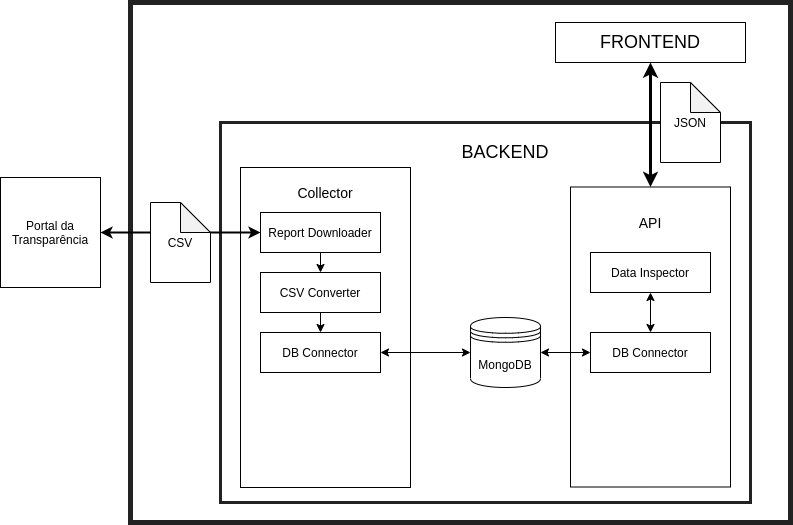
Above: schema.png in carlosplf/br_data_inspector (draw.io), before the change. Source tidied: cells renumbered, new cells last; positions are measured from the earlier drawing's top-left corner, leaving out a move shared by most shapes. The source it was exported from:
```xml
<mxGraphModel>
  <root>
    <mxCell id="0" />
    <mxCell id="1" parent="0" />
    <mxCell id="2" style="rounded=0;whiteSpace=wrap;html=1;fillColor=none;strokeColor=#222222;strokeWidth=5;" parent="1" vertex="1">
      <mxGeometry x="130" width="660" height="520" as="geometry" />
    </mxCell>
    <mxCell id="3" style="rounded=0;whiteSpace=wrap;html=1;fillColor=none;strokeColor=#222222;strokeWidth=3;" parent="1" vertex="1">
      <mxGeometry x="220" y="120" width="530" height="380" as="geometry" />
    </mxCell>
    <mxCell id="4" style="edgeStyle=orthogonalEdgeStyle;rounded=0;jettySize=auto;html=1;exitX=0.5;exitY=0;exitDx=0;exitDy=0;entryX=0.5;entryY=1;entryDx=0;entryDy=0;startArrow=classic;startFill=1;strokeWidth=3;" parent="1" edge="1" source="5" target="33">
      <mxGeometry relative="1" as="geometry" />
    </mxCell>
    <mxCell id="5" style="rounded=0;whiteSpace=wrap;html=1;" parent="1" vertex="1">
      <mxGeometry x="570" y="184.5" width="160" height="300" as="geometry" />
    </mxCell>
    <mxCell id="6" value="&lt;font style=&quot;font-size: 18px&quot;&gt;BACKEND&lt;/font&gt;" style="text;html=1;strokeColor=none;fillColor=none;align=center;verticalAlign=middle;whiteSpace=wrap;rounded=0;" parent="1" vertex="1">
      <mxGeometry x="440" y="140" width="130" height="20" as="geometry" />
    </mxCell>
    <mxCell id="7" style="rounded=0;whiteSpace=wrap;html=1;" parent="1" vertex="1">
      <mxGeometry x="240" y="165" width="170" height="320" as="geometry" />
    </mxCell>
    <mxCell id="8" value="&lt;font style=&quot;font-size: 14px&quot;&gt;Collector&lt;/font&gt;" style="text;html=1;strokeColor=none;fillColor=none;align=center;verticalAlign=middle;whiteSpace=wrap;rounded=0;" parent="1" vertex="1">
      <mxGeometry x="305" y="180" width="40" height="20" as="geometry" />
    </mxCell>
    <mxCell id="9" value="Portal da Transparência" style="rounded=0;whiteSpace=wrap;html=1;" parent="1" vertex="1">
      <mxGeometry y="175" width="100" height="110" as="geometry" />
    </mxCell>
    <mxCell id="10" style="group;" parent="1" vertex="1">
      <mxGeometry x="260" y="210" width="120" height="40" as="geometry" />
    </mxCell>
    <mxCell id="11" style="rounded=0;whiteSpace=wrap;html=1;" parent="10" vertex="1">
      <mxGeometry width="120" height="40" as="geometry" />
    </mxCell>
    <mxCell id="12" value="Report Downloader" style="text;html=1;strokeColor=none;fillColor=none;align=center;verticalAlign=middle;whiteSpace=wrap;rounded=0;" parent="10" vertex="1">
      <mxGeometry y="10" width="120" height="20" as="geometry" />
    </mxCell>
    <mxCell id="13" style="edgeStyle=orthogonalEdgeStyle;rounded=0;jettySize=auto;html=1;exitX=0;exitY=0.5;exitDx=0;exitDy=0;entryX=1;entryY=0.5;entryDx=0;entryDy=0;startArrow=classic;startFill=1;strokeWidth=2;" parent="1" edge="1" source="12" target="9">
      <mxGeometry relative="1" as="geometry" />
    </mxCell>
    <mxCell id="14" style="group;" parent="1" vertex="1">
      <mxGeometry x="260" y="270" width="120" height="40" as="geometry" />
    </mxCell>
    <mxCell id="15" style="rounded=0;whiteSpace=wrap;html=1;" parent="14" vertex="1">
      <mxGeometry width="120" height="40" as="geometry" />
    </mxCell>
    <mxCell id="16" value="CSV Converter" style="text;html=1;strokeColor=none;fillColor=none;align=center;verticalAlign=middle;whiteSpace=wrap;rounded=0;" parent="14" vertex="1">
      <mxGeometry y="10" width="120" height="20" as="geometry" />
    </mxCell>
    <mxCell id="17" style="edgeStyle=orthogonalEdgeStyle;rounded=0;jettySize=auto;html=1;exitX=0.5;exitY=1;exitDx=0;exitDy=0;entryX=0.5;entryY=0;entryDx=0;entryDy=0;startArrow=none;startFill=0;" parent="1" edge="1" source="11" target="15">
      <mxGeometry relative="1" as="geometry" />
    </mxCell>
    <mxCell id="18" style="group;" parent="1" vertex="1">
      <mxGeometry x="260" y="330" width="120" height="40" as="geometry" />
    </mxCell>
    <mxCell id="19" style="rounded=0;whiteSpace=wrap;html=1;" parent="18" vertex="1">
      <mxGeometry width="120" height="40" as="geometry" />
    </mxCell>
    <mxCell id="20" value="DB Connector" style="text;html=1;strokeColor=none;fillColor=none;align=center;verticalAlign=middle;whiteSpace=wrap;rounded=0;" parent="18" vertex="1">
      <mxGeometry y="10" width="120" height="20" as="geometry" />
    </mxCell>
    <mxCell id="21" style="edgeStyle=orthogonalEdgeStyle;rounded=0;jettySize=auto;html=1;exitX=0.5;exitY=1;exitDx=0;exitDy=0;entryX=0.5;entryY=0;entryDx=0;entryDy=0;startArrow=none;startFill=0;" parent="1" edge="1" source="15" target="19">
      <mxGeometry relative="1" as="geometry" />
    </mxCell>
    <mxCell id="22" value="MongoDB" style="shape=datastore;whiteSpace=wrap;html=1;" parent="1" vertex="1">
      <mxGeometry x="470" y="315" width="70" height="70" as="geometry" />
    </mxCell>
    <mxCell id="23" style="edgeStyle=orthogonalEdgeStyle;rounded=0;jettySize=auto;html=1;exitX=1;exitY=0.5;exitDx=0;exitDy=0;entryX=0;entryY=0.5;entryDx=0;entryDy=0;startArrow=classic;startFill=1;" parent="1" edge="1" source="20" target="22">
      <mxGeometry relative="1" as="geometry" />
    </mxCell>
    <mxCell id="24" style="group;" parent="1" vertex="1">
      <mxGeometry x="590" y="330" width="120" height="40" as="geometry" />
    </mxCell>
    <mxCell id="25" style="rounded=0;whiteSpace=wrap;html=1;" parent="24" vertex="1">
      <mxGeometry width="120" height="40" as="geometry" />
    </mxCell>
    <mxCell id="26" value="DB Connector" style="text;html=1;strokeColor=none;fillColor=none;align=center;verticalAlign=middle;whiteSpace=wrap;rounded=0;" parent="24" vertex="1">
      <mxGeometry y="10" width="120" height="20" as="geometry" />
    </mxCell>
    <mxCell id="27" style="edgeStyle=orthogonalEdgeStyle;rounded=0;jettySize=auto;html=1;startArrow=classic;startFill=1;" parent="1" edge="1" source="26" target="22">
      <mxGeometry relative="1" as="geometry" />
    </mxCell>
    <mxCell id="28" style="group;" parent="1" vertex="1">
      <mxGeometry x="590" y="250" width="120" height="40" as="geometry" />
    </mxCell>
    <mxCell id="29" style="rounded=0;whiteSpace=wrap;html=1;" parent="28" vertex="1">
      <mxGeometry width="120" height="40" as="geometry" />
    </mxCell>
    <mxCell id="30" value="Data Inspector" style="text;html=1;strokeColor=none;fillColor=none;align=center;verticalAlign=middle;whiteSpace=wrap;rounded=0;" parent="28" vertex="1">
      <mxGeometry y="10" width="120" height="20" as="geometry" />
    </mxCell>
    <mxCell id="31" style="edgeStyle=orthogonalEdgeStyle;rounded=0;jettySize=auto;html=1;entryX=0.5;entryY=0;entryDx=0;entryDy=0;startArrow=classic;startFill=1;" parent="1" edge="1" source="29" target="25">
      <mxGeometry relative="1" as="geometry" />
    </mxCell>
    <mxCell id="32" value="&lt;font style=&quot;font-size: 14px&quot;&gt;API&lt;/font&gt;" style="text;html=1;strokeColor=none;fillColor=none;align=center;verticalAlign=middle;whiteSpace=wrap;rounded=0;" parent="1" vertex="1">
      <mxGeometry x="630" y="210" width="40" height="20" as="geometry" />
    </mxCell>
    <mxCell id="33" value="&lt;font style=&quot;font-size: 18px&quot;&gt;FRONTEND&lt;/font&gt;" style="rounded=0;whiteSpace=wrap;html=1;" parent="1" vertex="1">
      <mxGeometry x="555" y="20" width="190" height="40" as="geometry" />
    </mxCell>
    <mxCell id="34" value="JSON" style="shape=note;whiteSpace=wrap;html=1;backgroundOutline=1;darkOpacity=0.05;" parent="1" vertex="1">
      <mxGeometry x="660" y="80" width="60" height="80" as="geometry" />
    </mxCell>
    <mxCell id="35" value="CSV" style="shape=note;whiteSpace=wrap;html=1;backgroundOutline=1;darkOpacity=0.05;" parent="1" vertex="1">
      <mxGeometry x="150" y="200" width="60" height="80" as="geometry" />
    </mxCell>
  </root>
</mxGraphModel>
```
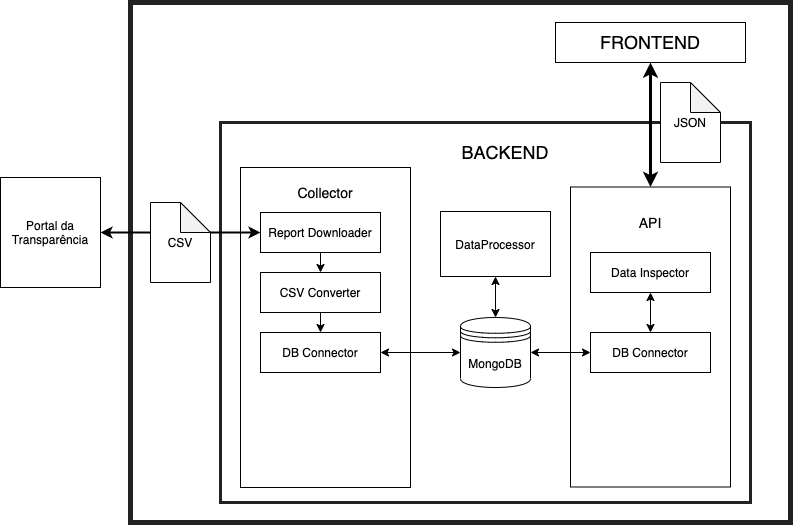
After the change.

Change to the diagram source:
```diff
@@ -63,7 +63,7 @@
       <mxGeometry relative="1" as="geometry" />
     </mxCell>
     <mxCell id="22" value="MongoDB" style="shape=datastore;whiteSpace=wrap;html=1;" parent="1" vertex="1">
-      <mxGeometry x="470" y="315" width="70" height="70" as="geometry" />
+      <mxGeometry x="460" y="315" width="70" height="70" as="geometry" />
     </mxCell>
     <mxCell id="23" style="edgeStyle=orthogonalEdgeStyle;rounded=0;jettySize=auto;html=1;exitX=1;exitY=0.5;exitDx=0;exitDy=0;entryX=0;entryY=0.5;entryDx=0;entryDy=0;startArrow=classic;startFill=1;" parent="1" edge="1" source="20" target="22">
       <mxGeometry relative="1" as="geometry" />
@@ -104,5 +104,17 @@
     <mxCell id="35" value="CSV" style="shape=note;whiteSpace=wrap;html=1;backgroundOutline=1;darkOpacity=0.05;" parent="1" vertex="1">
       <mxGeometry x="150" y="200" width="60" height="80" as="geometry" />
     </mxCell>
+    <mxCell id="36" style="group;" parent="1" vertex="1">
+      <mxGeometry x="440" y="209" width="110" height="65" as="geometry" />
+    </mxCell>
+    <mxCell id="37" style="rounded=0;whiteSpace=wrap;html=1;" parent="36" vertex="1">
+      <mxGeometry width="110" height="65" as="geometry" />
+    </mxCell>
+    <mxCell id="38" value="DataProcessor" style="text;html=1;strokeColor=none;fillColor=none;align=center;verticalAlign=middle;whiteSpace=wrap;rounded=0;" parent="36" vertex="1">
+      <mxGeometry x="35" y="22.5" width="40" height="20" as="geometry" />
+    </mxCell>
+    <mxCell id="39" style="edgeStyle=orthogonalEdgeStyle;rounded=0;jettySize=auto;html=1;exitX=0.5;exitY=1;exitDx=0;exitDy=0;entryX=0.5;entryY=0;entryDx=0;entryDy=0;startArrow=classic;startFill=1;strokeWidth=1;" parent="1" edge="1" source="37" target="22">
+      <mxGeometry relative="1" as="geometry" />
+    </mxCell>
   </root>
 </mxGraphModel>
```
